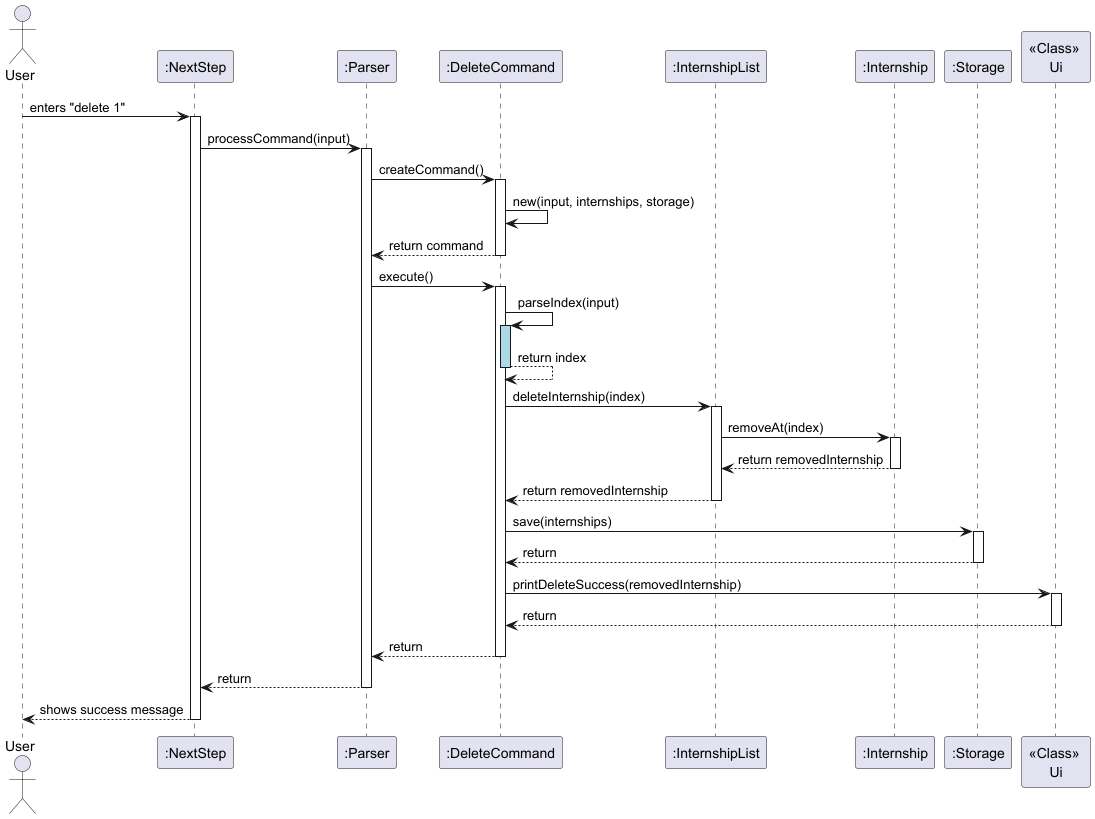
Above: docs/images/deleteCommandSequence.png in xyanjun02/tp (PlantUML), before the change.
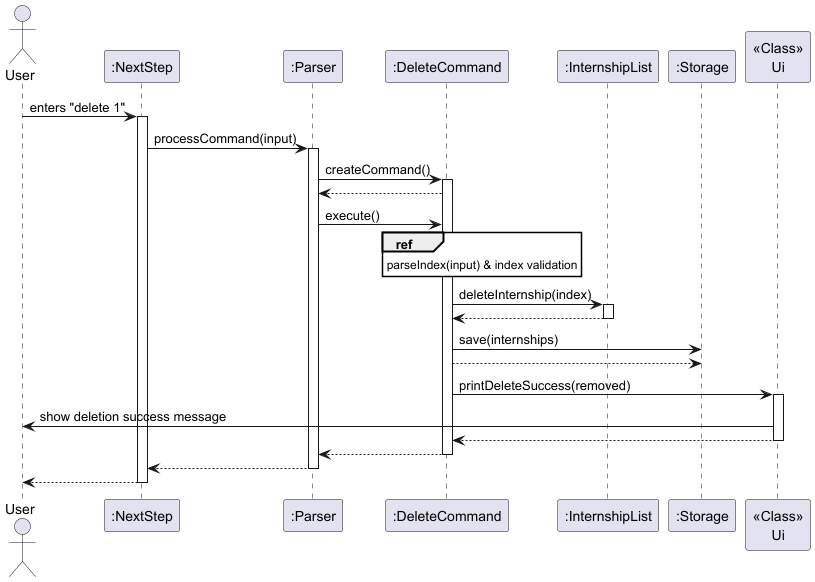
Above is the later version.

Commit message:
updated delete command sequence diagram, user guide and formatting of image in developers guide

Change to the diagram source:
```diff
@@ -1,13 +1,12 @@
 @startuml
-
 actor User
 participant ":NextStep" as NextStep
 participant ":Parser" as Parser
 participant ":DeleteCommand" as DeleteCommand
 participant ":InternshipList" as InternshipList
-participant ":Internship" as Internship
 participant ":Storage" as Storage
-participant "<<Class>> \nUi" as Ui
+participant "<<Class>>\nUi" as Ui
+skinparam sequenceReferenceBackgroundColor white
 
 User -> NextStep : enters "delete 1"
 activate NextStep
@@ -17,43 +16,34 @@
 
 Parser -> DeleteCommand : createCommand()
 activate DeleteCommand
-DeleteCommand -> DeleteCommand : new(input, internships, storage)
-DeleteCommand --> Parser : return command
-deactivate DeleteCommand
+DeleteCommand --> Parser
 
 Parser -> DeleteCommand : execute()
-activate DeleteCommand
 
-DeleteCommand -> DeleteCommand : parseIndex(input)
-activate DeleteCommand #lightblue
-DeleteCommand --> DeleteCommand : return index
-deactivate DeleteCommand
+ref over DeleteCommand
+  parseIndex(input) & index validation
+end ref
 
 DeleteCommand -> InternshipList : deleteInternship(index)
 activate InternshipList
-InternshipList -> Internship : removeAt(index)
-activate Internship
-Internship --> InternshipList : return removedInternship
-deactivate Internship
-InternshipList --> DeleteCommand : return removedInternship
+InternshipList --> DeleteCommand
 deactivate InternshipList
 
 DeleteCommand -> Storage : save(internships)
-activate Storage
-Storage --> DeleteCommand : return
-deactivate Storage
+DeleteCommand --> Storage
 
-DeleteCommand -> Ui : printDeleteSuccess(removedInternship)
+DeleteCommand -> Ui : printDeleteSuccess(removed)
 activate Ui
-Ui --> DeleteCommand : return
+Ui -> User : show deletion success message
+Ui --> DeleteCommand
 deactivate Ui
 
-DeleteCommand --> Parser : return
+DeleteCommand --> Parser
 deactivate DeleteCommand
 
-Parser --> NextStep : return
+Parser --> NextStep
 deactivate Parser
 
-NextStep --> User : shows success message
+NextStep --> User
 deactivate NextStep
 @enduml
```
